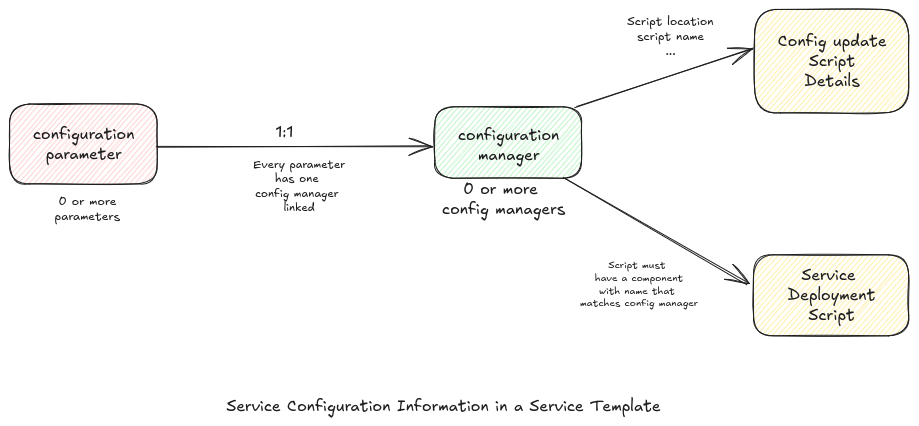
This is static/img/service-configuration-in-template.excalidraw.png from eclipse-xpanse/xpanse-website, a Excalidraw export, as it was before one commit. Source tidied: one line per element, renumbered; positions are measured from the earlier drawing's top-left corner, leaving out a move shared by most shapes.
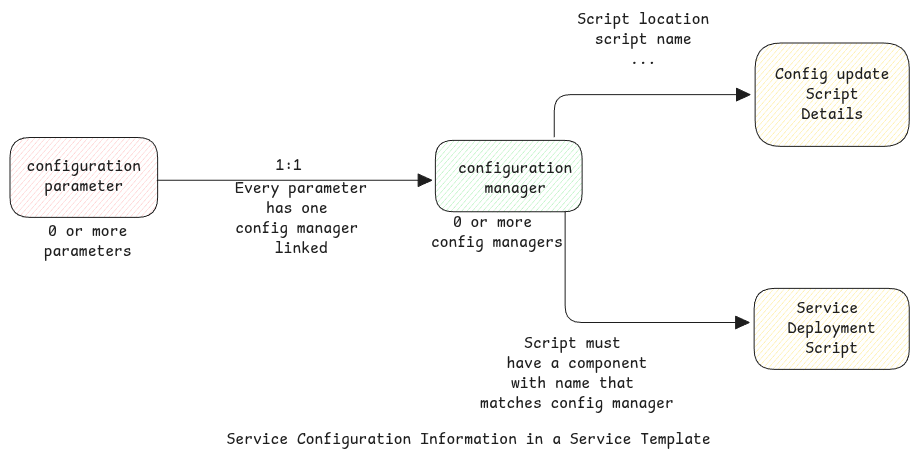
After the commit.

Change to the diagram source:
```diff
@@ -1,18 +1,18 @@
-{"id": 0, "type": "text", "text": "Service Configuration Information in a Service Template", "strokeColor": "#1e1e1e", "strokeWidth": 1, "roughness": 1, "fontSize": 16, "fontFamily": 5, "x": 217, "y": 387, "width": 434, "height": 20}
+{"id": 0, "type": "text", "text": "Service Configuration Information in a Service Template", "strokeColor": "#1e1e1e", "strokeWidth": 1, "roughness": 0, "fontSize": 16, "fontFamily": 8, "x": 217, "y": 387, "width": 484, "height": 20}
-{"id": 1, "type": "rectangle", "strokeColor": "#1e1e1e", "backgroundColor": "#ffc9c9", "fillStyle": "hachure", "strokeWidth": 1, "roughness": 1, "round": true, "x": 0, "y": 94, "width": 148, "height": 80}
+{"id": 1, "type": "rectangle", "strokeColor": "#1e1e1e", "backgroundColor": "#ffc9c9", "fillStyle": "hachure", "strokeWidth": 1, "roughness": 0, "round": true, "x": 0, "y": 94, "width": 148, "height": 80}
-{"id": 2, "type": "text", "text": "configuration\nparameter", "strokeColor": "#1e1e1e", "strokeWidth": 2, "roughness": 1, "fontSize": 16, "fontFamily": 5, "textAlign": "center", "verticalAlign": "middle", "inside": 1, "x": 23, "y": 114, "width": 102, "height": 40}
+{"id": 2, "type": "text", "text": "configuration\nparameter", "strokeColor": "#1e1e1e", "strokeWidth": 2, "roughness": 1, "fontSize": 16, "fontFamily": 8, "textAlign": "center", "verticalAlign": "middle", "inside": 1, "x": 17, "y": 114, "width": 114, "height": 40}
-{"id": 3, "type": "rectangle", "strokeColor": "#1e1e1e", "backgroundColor": "#b2f2bb", "fillStyle": "hachure", "strokeWidth": 1, "roughness": 1, "round": true, "x": 425, "y": 97, "width": 147, "height": 71}
+{"id": 3, "type": "rectangle", "strokeColor": "#1e1e1e", "backgroundColor": "#b2f2bb", "fillStyle": "hachure", "strokeWidth": 1, "roughness": 0, "round": true, "x": 425, "y": 97, "width": 147, "height": 71}
-{"id": 4, "type": "arrow", "strokeColor": "#1e1e1e", "strokeWidth": 1, "roughness": 1, "endArrowhead": "arrow", "round": true, "to": 3, "x": 147, "y": 137, "width": 275, "height": 0, "points": [[0, 0], [275, 0]]}
+{"id": 4, "type": "arrow", "strokeColor": "#1e1e1e", "strokeWidth": 1, "roughness": 0, "endArrowhead": "triangle", "round": true, "to": 3, "x": 147, "y": 137, "width": 275, "height": 0, "points": [[0, 0], [275, 0]]}
-{"id": 5, "type": "text", "text": "configuration\nmanager", "strokeColor": "#1e1e1e", "strokeWidth": 1, "roughness": 1, "fontSize": 16, "fontFamily": 5, "textAlign": "center", "x": 448, "y": 116, "width": 102, "height": 40}
+{"id": 5, "type": "text", "text": "configuration\nmanager", "strokeColor": "#1e1e1e", "strokeWidth": 1, "roughness": 0, "fontSize": 16, "fontFamily": 8, "textAlign": "center", "x": 448, "y": 116, "width": 114, "height": 40}
-{"id": 6, "type": "rectangle", "strokeColor": "#1e1e1e", "backgroundColor": "#ffec99", "fillStyle": "hachure", "strokeWidth": 1, "roughness": 1, "round": true, "x": 745, "y": 0, "width": 154, "height": 103}
+{"id": 6, "type": "rectangle", "strokeColor": "#1e1e1e", "backgroundColor": "#ffec99", "fillStyle": "hachure", "strokeWidth": 1, "roughness": 0, "round": true, "x": 745, "y": 0, "width": 154, "height": 103}
-{"id": 7, "type": "text", "text": "Config update\nScript\nDetails", "strokeColor": "#1e1e1e", "strokeWidth": 2, "roughness": 1, "fontSize": 16, "fontFamily": 5, "textAlign": "center", "verticalAlign": "middle", "inside": 6, "x": 768, "y": 22, "width": 109, "height": 60}
+{"id": 7, "type": "text", "text": "Config update\nScript\nDetails", "strokeColor": "#1e1e1e", "strokeWidth": 2, "roughness": 1, "fontSize": 16, "fontFamily": 8, "textAlign": "center", "verticalAlign": "middle", "inside": 6, "x": 765, "y": 22, "width": 114, "height": 60}
-{"id": 8, "type": "rectangle", "strokeColor": "#1e1e1e", "backgroundColor": "#ffec99", "fillStyle": "hachure", "strokeWidth": 1, "roughness": 1, "round": true, "x": 744, "y": 245, "width": 155, "height": 81}
+{"id": 8, "type": "rectangle", "strokeColor": "#1e1e1e", "backgroundColor": "#ffec99", "fillStyle": "hachure", "strokeWidth": 1, "roughness": 0, "round": true, "x": 744, "y": 245, "width": 155, "height": 81}
-{"id": 9, "type": "text", "text": "Service \nDeployment\nScript", "strokeColor": "#1e1e1e", "strokeWidth": 2, "roughness": 1, "fontSize": 16, "fontFamily": 5, "textAlign": "center", "verticalAlign": "middle", "inside": 8, "x": 778, "y": 256, "width": 88, "height": 60}
+{"id": 9, "type": "text", "text": "Service \nDeployment\nScript", "strokeColor": "#1e1e1e", "strokeWidth": 2, "roughness": 1, "fontSize": 16, "fontFamily": 8, "textAlign": "center", "verticalAlign": "middle", "inside": 8, "x": 778, "y": 256, "width": 88, "height": 60}
-{"id": 10, "type": "text", "text": "0 or more \nparameters ", "strokeColor": "#1e1e1e", "strokeWidth": 1, "roughness": 1, "fontSize": 12.32, "fontFamily": 5, "textAlign": "center", "x": 45, "y": 184, "width": 70, "height": 31}
+{"id": 10, "type": "text", "text": "0 or more \nparameters ", "strokeColor": "#1e1e1e", "strokeWidth": 1, "roughness": 0, "fontSize": 16, "fontFamily": 8, "textAlign": "center", "x": 34, "y": 179, "width": 97, "height": 40}
-{"id": 11, "type": "text", "text": "1:1", "strokeColor": "#1e1e1e", "strokeWidth": 1, "roughness": 1, "fontSize": 16, "fontFamily": 5, "textAlign": "center", "x": 265, "y": 113, "width": 18, "height": 20}
+{"id": 11, "type": "text", "text": "1:1", "strokeColor": "#1e1e1e", "strokeWidth": 1, "roughness": 0, "fontSize": 16, "fontFamily": 8, "textAlign": "center", "x": 265, "y": 113, "width": 26, "height": 20}
-{"id": 12, "type": "text", "text": "0 or more \nconfig managers", "strokeColor": "#1e1e1e", "strokeWidth": 1, "roughness": 1, "fontSize": 16, "fontFamily": 5, "textAlign": "center", "x": 432, "y": 170, "width": 124, "height": 40}
+{"id": 12, "type": "text", "text": "0 or more \nconfig managers", "strokeColor": "#1e1e1e", "strokeWidth": 1, "roughness": 0, "fontSize": 16, "fontFamily": 8, "textAlign": "center", "x": 421, "y": 170, "width": 132, "height": 40}
-{"id": 13, "type": "text", "text": "Every parameter\nhas one \nconfig manager \nlinked", "strokeColor": "#1e1e1e", "strokeWidth": 1, "roughness": 1, "fontSize": 11.57, "fontFamily": 5, "textAlign": "center", "x": 243, "y": 148, "width": 91, "height": 58}
+{"id": 13, "type": "text", "text": "Every parameter\nhas one \nconfig manager \nlinked", "strokeColor": "#1e1e1e", "strokeWidth": 1, "roughness": 0, "fontSize": 16, "fontFamily": 8, "textAlign": "center", "x": 225, "y": 136, "width": 132, "height": 80}
-{"id": 14, "type": "arrow", "strokeColor": "#1e1e1e", "strokeWidth": 1, "roughness": 1, "endArrowhead": "arrow", "round": true, "from": 5, "to": 6, "x": 566, "y": 99, "width": 179, "height": 59, "points": [[0, 0], [179, -59]]}
+{"id": 14, "type": "arrow", "strokeColor": "#1e1e1e", "strokeWidth": 1, "roughness": 0, "endArrowhead": "triangle", "from": 3, "to": 6, "x": 544, "y": 94, "width": 196, "height": 42, "points": [[0, 0], [0, -42], [196, -42]]}
-{"id": 15, "type": "text", "text": "Script location\nscript name\n...", "strokeColor": "#1e1e1e", "strokeWidth": 1, "roughness": 1, "fontSize": 12.07, "fontFamily": 5, "textAlign": "center", "x": 618, "y": 4, "width": 86, "height": 45}
+{"id": 15, "type": "text", "text": "Script location\nscript name\n...", "strokeColor": "#1e1e1e", "strokeWidth": 1, "roughness": 0, "fontSize": 16, "fontFamily": 8, "textAlign": "center", "x": 567, "y": -33, "width": 132, "height": 60}
-{"id": 16, "type": "arrow", "strokeColor": "#1e1e1e", "strokeWidth": 1, "roughness": 1, "endArrowhead": "arrow", "round": true, "x": 555, "y": 168, "width": 183, "height": 106, "points": [[0, 0], [183, 106]]}
+{"id": 16, "type": "arrow", "strokeColor": "#1e1e1e", "strokeWidth": 1, "roughness": 0, "endArrowhead": "triangle", "from": 5, "to": 8, "x": 555, "y": 168, "width": 184, "height": 111, "points": [[0, 0], [0, 111], [184, 111]]}
-{"id": 17, "type": "text", "text": "Script must \nhave a component\nwith name that \nmatches config manager", "strokeColor": "#1e1e1e", "strokeWidth": 1, "roughness": 1, "fontSize": 10.19, "fontFamily": 5, "textAlign": "center", "x": 570, "y": 249, "width": 118, "height": 51}
+{"id": 17, "type": "text", "text": "Script must \nhave a component\nwith name that \nmatches config manager", "strokeColor": "#1e1e1e", "strokeWidth": 1, "roughness": 0, "fontSize": 16, "fontFamily": 8, "textAlign": "center", "x": 470, "y": 291, "width": 194, "height": 80}
```
